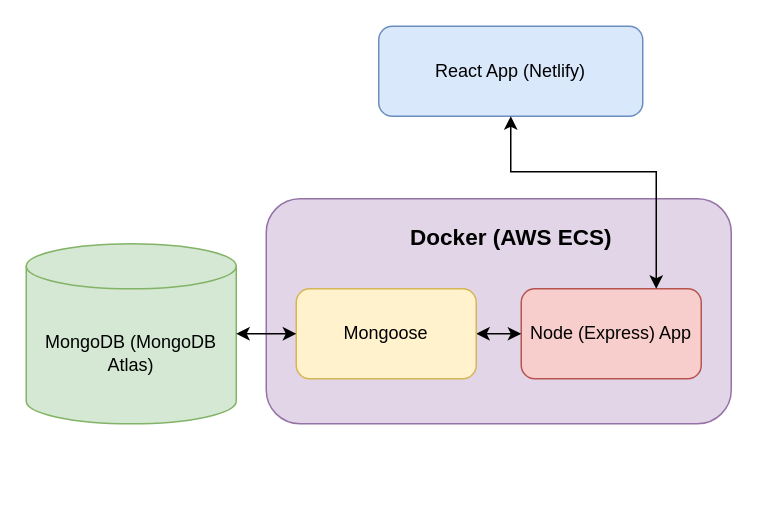
Above: docs/application_architecture_diagram.drawio in inverseswirl/readme.md_partA (draw.io), before the change. Source tidied: cells renumbered, new cells numbered last; positions are measured from the earlier drawing's top-left corner, leaving out a move shared by most shapes. Both pictures are drawn from the tidied source at 150%, with x=0, y=0 at pixel (26, 26).
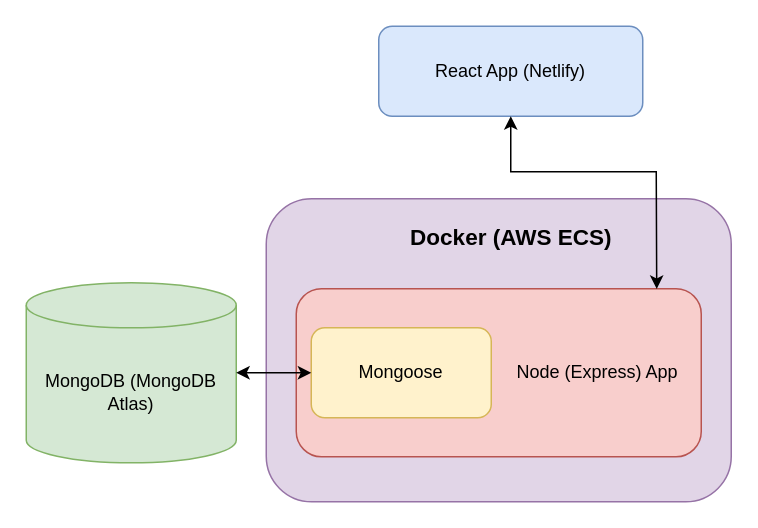
The same diagram, later.

What changed in the source:
```diff
@@
 <mxGraphModel>
   <root>
     <mxCell id="0" />
     <mxCell id="1" parent="0" />
     <mxCell id="2" style="rounded=1;whiteSpace=wrap;html=1;align=center;fillColor=#e1d5e7;strokeColor=#9673a6;" parent="1" vertex="1">
-      <mxGeometry x="160" y="115" width="310" height="150" as="geometry" />
+      <mxGeometry x="160" y="115" width="310" height="202" as="geometry" />
     </mxCell>
-    <mxCell id="3" value="Node (Express) App" style="rounded=1;whiteSpace=wrap;html=1;fillColor=#f8cecc;strokeColor=#b85450;" parent="1" vertex="1">
-      <mxGeometry x="330" y="175" width="120" height="60" as="geometry" />
+    <mxCell id="3" value="Node (Express) App&amp;nbsp; &amp;nbsp;&amp;nbsp;" style="rounded=1;whiteSpace=wrap;html=1;fillColor=#f8cecc;strokeColor=#b85450;align=right;" parent="1" vertex="1">
+      <mxGeometry x="180" y="175" width="270" height="112" as="geometry" />
     </mxCell>
     <mxCell id="4" value="MongoDB (MongoDB Atlas)" style="shape=cylinder3;whiteSpace=wrap;html=1;boundedLbl=1;backgroundOutline=1;size=15;fillColor=#d5e8d4;strokeColor=#82b366;" parent="1" vertex="1">
-      <mxGeometry y="145" width="140" height="120" as="geometry" />
+      <mxGeometry y="171" width="140" height="120" as="geometry" />
     </mxCell>
     <mxCell id="5" value="React App (Netlify)" style="rounded=1;whiteSpace=wrap;html=1;fillColor=#dae8fc;strokeColor=#6c8ebf;" parent="1" vertex="1">
       <mxGeometry x="235" width="176" height="60" as="geometry" />
     </mxCell>
     <mxCell id="6" value="Docker (AWS ECS)" style="text;strokeColor=none;fillColor=none;html=1;fontSize=15;fontStyle=1;verticalAlign=middle;align=center;" parent="1" vertex="1">
       <mxGeometry x="270" y="115" width="106" height="50" as="geometry" />
     </mxCell>
-    <mxCell id="7" style="endArrow=classic;startArrow=classic;html=1;rounded=0;fontSize=15;entryX=0;entryY=0.5;entryDx=0;entryDy=0;exitX=1;exitY=0.5;exitDx=0;exitDy=0;" parent="1" edge="1" source="9" target="3">
-      <mxGeometry relative="1" as="geometry" />
-    </mxCell>
-    <mxCell id="8" style="endArrow=classic;startArrow=classic;html=1;rounded=0;fontSize=15;exitX=0.5;exitY=1;exitDx=0;exitDy=0;entryX=0.75;entryY=0;entryDx=0;entryDy=0;" parent="1" edge="1" source="5" target="3">
+    <mxCell id="8" style="endArrow=classic;startArrow=classic;html=1;rounded=0;fontSize=15;exitX=0.5;exitY=1;exitDx=0;exitDy=0;entryX=0.89;entryY=0.001;entryDx=0;entryDy=0;entryPerimeter=0;" parent="1" edge="1" source="5" target="3">
       <mxGeometry relative="1" as="geometry">
         <Array as="points">
           <mxPoint x="323" y="97" />
           <mxPoint x="420" y="97" />
         </Array>
       </mxGeometry>
     </mxCell>
     <mxCell id="9" value="Mongoose" style="rounded=1;whiteSpace=wrap;html=1;fillColor=#fff2cc;strokeColor=#d6b656;" parent="1" vertex="1">
-      <mxGeometry x="180" y="175" width="120" height="60" as="geometry" />
+      <mxGeometry x="190" y="201" width="120" height="60" as="geometry" />
     </mxCell>
     <mxCell id="10" style="endArrow=classic;startArrow=classic;html=1;rounded=0;fontSize=15;entryX=0;entryY=0.5;entryDx=0;entryDy=0;" parent="1" edge="1" source="4" target="9">
       <mxGeometry relative="1" as="geometry" />
     </mxCell>
   </root>
 </mxGraphModel>
```
